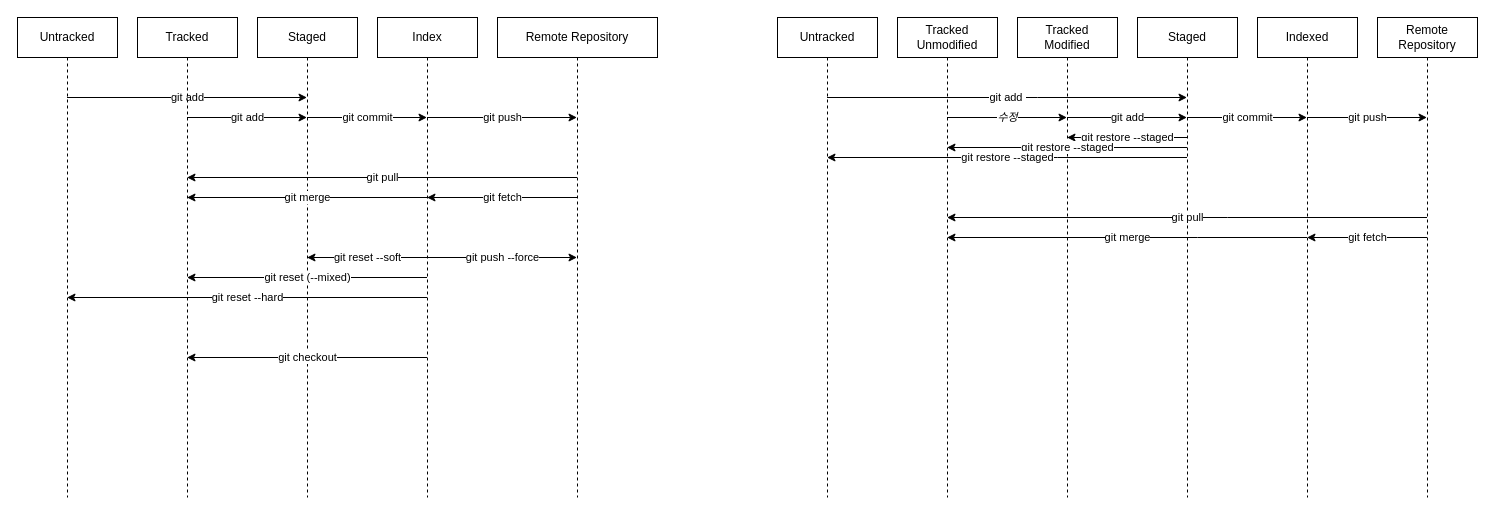
Earlier version of the draw.io diagram 2023010701/名称未設定ファイル.drawio (junhg0211/practice). Source tidied: cells renumbered, new cells numbered last; positions are measured from the earlier drawing's top-left corner, leaving out a move shared by most shapes. Both pictures are drawn from the tidied source at 100%, with x=0, y=0 at pixel (17, 17).
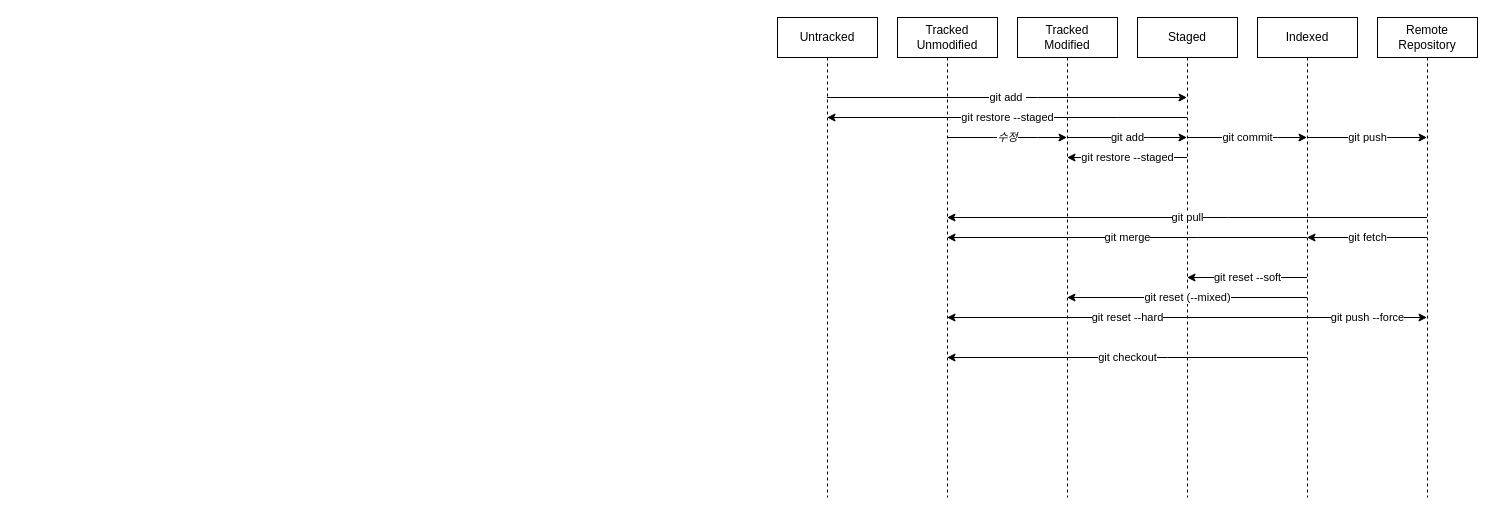
After the change.

Commit message:
名称未設定ファイル.drawio を更新します

Unchanged cells that the change refers to:
```xml
<mxCell id="20" value="Untracked" style="shape=umlLifeline;perimeter=lifelinePerimeter;whiteSpace=wrap;html=1;outlineConnect=0;" parent="1" vertex="1">
  <mxGeometry x="760" width="100" height="480" as="geometry" />
</mxCell>
<mxCell id="21" value="Tracked&lt;br&gt;Unmodified" style="shape=umlLifeline;perimeter=lifelinePerimeter;whiteSpace=wrap;html=1;outlineConnect=0;" parent="1" vertex="1">
  <mxGeometry x="880" width="100" height="480" as="geometry" />
</mxCell>
<mxCell id="22" value="Tracked&lt;br&gt;Modified" style="shape=umlLifeline;perimeter=lifelinePerimeter;whiteSpace=wrap;html=1;outlineConnect=0;" parent="1" vertex="1">
  <mxGeometry x="1000" width="100" height="480" as="geometry" />
</mxCell>
<mxCell id="23" value="Staged" style="shape=umlLifeline;perimeter=lifelinePerimeter;whiteSpace=wrap;html=1;outlineConnect=0;" parent="1" vertex="1">
  <mxGeometry x="1120" width="100" height="480" as="geometry" />
</mxCell>
<mxCell id="24" value="Indexed" style="shape=umlLifeline;perimeter=lifelinePerimeter;whiteSpace=wrap;html=1;outlineConnect=0;" parent="1" vertex="1">
  <mxGeometry x="1240" width="100" height="480" as="geometry" />
</mxCell>
<mxCell id="25" value="Remote Repository" style="shape=umlLifeline;perimeter=lifelinePerimeter;whiteSpace=wrap;html=1;outlineConnect=0;" parent="1" vertex="1">
  <mxGeometry x="1360" width="100" height="480" as="geometry" />
</mxCell>
```

Diff of the diagram source:
```diff
@@
-    <mxCell id="2" value="git add" style="edgeStyle=orthogonalEdgeStyle;rounded=0;jettySize=auto;html=1;" parent="1" edge="1" source="3" target="7">
-      <mxGeometry relative="1" as="geometry">
-        <Array as="points">
-          <mxPoint x="170" y="80" />
-          <mxPoint x="170" y="80" />
-        </Array>
-      </mxGeometry>
-    </mxCell>
-    <mxCell id="3" value="Untracked" style="shape=umlLifeline;perimeter=lifelinePerimeter;whiteSpace=wrap;html=1;outlineConnect=0;" parent="1" vertex="1">
-      <mxGeometry width="100" height="480" as="geometry" />
-    </mxCell>
-    <mxCell id="4" value="git add" style="edgeStyle=orthogonalEdgeStyle;rounded=0;jettySize=auto;html=1;" parent="1" edge="1" source="5" target="7">
-      <mxGeometry relative="1" as="geometry">
-        <Array as="points">
-          <mxPoint x="230" y="100" />
-          <mxPoint x="230" y="100" />
-        </Array>
-      </mxGeometry>
-    </mxCell>
-    <mxCell id="5" value="Tracked" style="shape=umlLifeline;perimeter=lifelinePerimeter;whiteSpace=wrap;html=1;outlineConnect=0;" parent="1" vertex="1">
-      <mxGeometry x="120" width="100" height="480" as="geometry" />
-    </mxCell>
-    <mxCell id="6" value="git commit" style="edgeStyle=orthogonalEdgeStyle;rounded=0;jettySize=auto;html=1;" parent="1" edge="1" source="7" target="15">
-      <mxGeometry relative="1" as="geometry">
-        <Array as="points">
-          <mxPoint x="350" y="100" />
-          <mxPoint x="350" y="100" />
-        </Array>
-      </mxGeometry>
-    </mxCell>
-    <mxCell id="7" value="Staged" style="shape=umlLifeline;perimeter=lifelinePerimeter;whiteSpace=wrap;html=1;outlineConnect=0;" parent="1" vertex="1">
-      <mxGeometry x="240" width="100" height="480" as="geometry" />
-    </mxCell>
-    <mxCell id="8" value="git push" style="edgeStyle=orthogonalEdgeStyle;rounded=0;jettySize=auto;html=1;" parent="1" edge="1" source="15" target="18">
-      <mxGeometry relative="1" as="geometry">
-        <Array as="points">
-          <mxPoint x="470" y="100" />
-          <mxPoint x="470" y="100" />
-        </Array>
-      </mxGeometry>
-    </mxCell>
-    <mxCell id="9" value="git merge" style="edgeStyle=orthogonalEdgeStyle;rounded=0;jettySize=auto;html=1;" parent="1" edge="1" source="15" target="5">
-      <mxGeometry relative="1" as="geometry">
-        <Array as="points">
-          <mxPoint x="290" y="180" />
-          <mxPoint x="290" y="180" />
-        </Array>
-      </mxGeometry>
-    </mxCell>
-    <mxCell id="10" value="git reset --soft" style="edgeStyle=orthogonalEdgeStyle;rounded=0;jettySize=auto;html=1;" parent="1" edge="1" source="15" target="7">
-      <mxGeometry relative="1" as="geometry">
-        <Array as="points">
-          <mxPoint x="360" y="220" />
-          <mxPoint x="360" y="220" />
-        </Array>
-      </mxGeometry>
-    </mxCell>
-    <mxCell id="11" value="git reset (--mixed)" style="edgeStyle=orthogonalEdgeStyle;rounded=0;jettySize=auto;html=1;" parent="1" edge="1" source="15" target="5">
-      <mxGeometry relative="1" as="geometry">
-        <Array as="points">
-          <mxPoint x="290" y="260" />
-          <mxPoint x="290" y="260" />
-        </Array>
-      </mxGeometry>
-    </mxCell>
-    <mxCell id="12" value="git checkout" style="edgeStyle=orthogonalEdgeStyle;rounded=0;jettySize=auto;html=1;" parent="1" edge="1" source="15" target="5">
-      <mxGeometry relative="1" as="geometry">
-        <Array as="points">
-          <mxPoint x="290" y="340" />
-          <mxPoint x="290" y="340" />
-        </Array>
-      </mxGeometry>
-    </mxCell>
-    <mxCell id="13" value="git push --force" style="edgeStyle=orthogonalEdgeStyle;rounded=0;jettySize=auto;html=1;" parent="1" edge="1" source="15" target="18">
-      <mxGeometry relative="1" as="geometry">
-        <Array as="points">
-          <mxPoint x="480" y="350" />
-          <mxPoint x="480" y="350" />
-        </Array>
-      </mxGeometry>
-    </mxCell>
-    <mxCell id="14" value="git reset --hard" style="edgeStyle=orthogonalEdgeStyle;rounded=0;jettySize=auto;html=1;" parent="1" edge="1" source="15" target="3">
-      <mxGeometry relative="1" as="geometry">
-        <Array as="points">
-          <mxPoint x="230" y="280" />
-          <mxPoint x="230" y="280" />
-        </Array>
-      </mxGeometry>
-    </mxCell>
-    <mxCell id="15" value="Index" style="shape=umlLifeline;perimeter=lifelinePerimeter;whiteSpace=wrap;html=1;outlineConnect=0;" parent="1" vertex="1">
-      <mxGeometry x="360" width="100" height="480" as="geometry" />
-    </mxCell>
-    <mxCell id="16" value="git fetch" style="edgeStyle=orthogonalEdgeStyle;rounded=0;jettySize=auto;html=1;" parent="1" edge="1" source="18" target="15">
-      <mxGeometry relative="1" as="geometry">
-        <Array as="points">
-          <mxPoint x="470" y="180" />
-          <mxPoint x="470" y="180" />
-        </Array>
-      </mxGeometry>
-    </mxCell>
-    <mxCell id="17" value="git pull" style="edgeStyle=orthogonalEdgeStyle;rounded=0;jettySize=auto;html=1;" parent="1" edge="1" source="18" target="5">
-      <mxGeometry relative="1" as="geometry">
-        <Array as="points">
-          <mxPoint x="360" y="160" />
-          <mxPoint x="360" y="160" />
-        </Array>
-      </mxGeometry>
-    </mxCell>
-    <mxCell id="18" value="Remote Repository" style="shape=umlLifeline;perimeter=lifelinePerimeter;whiteSpace=wrap;html=1;outlineConnect=0;" parent="1" vertex="1">
-      <mxGeometry x="480" width="160" height="480" as="geometry" />
-    </mxCell>
@@
     <mxCell id="26" value="&lt;i&gt;수정&lt;/i&gt;" style="endArrow=classic;html=1;rounded=0;" parent="1" edge="1" source="21" target="22">
       <mxGeometry relative="1" as="geometry">
         <Array as="points">
-          <mxPoint x="1000" y="100" />
+          <mxPoint x="1020" y="120" />
         </Array>
       </mxGeometry>
     </mxCell>
     <mxCell id="27" value="git add" style="endArrow=classic;html=1;rounded=0;" parent="1" edge="1" source="22" target="23">
       <mxGeometry relative="1" as="geometry">
         <Array as="points">
-          <mxPoint x="1120" y="100" />
+          <mxPoint x="1130" y="120" />
         </Array>
       </mxGeometry>
     </mxCell>
     <mxCell id="28" value="git commit" style="endArrow=classic;html=1;rounded=0;" parent="1" edge="1" source="23" target="24">
       <mxGeometry relative="1" as="geometry">
         <Array as="points">
-          <mxPoint x="1240" y="100" />
+          <mxPoint x="1260" y="120" />
         </Array>
       </mxGeometry>
     </mxCell>
     <mxCell id="29" value="git push" style="endArrow=classic;html=1;rounded=0;" parent="1" edge="1" source="24" target="25">
       <mxGeometry relative="1" as="geometry">
         <Array as="points">
-          <mxPoint x="1360" y="100" />
+          <mxPoint x="1370" y="120" />
         </Array>
       </mxGeometry>
     </mxCell>
@@
     <mxCell id="33" value="git restore --staged" style="endArrow=classic;html=1;rounded=0;" parent="1" edge="1" source="23" target="22">
       <mxGeometry relative="1" as="geometry">
         <Array as="points">
-          <mxPoint x="1120" y="120" />
+          <mxPoint x="1120" y="140" />
         </Array>
       </mxGeometry>
     </mxCell>
-    <mxCell id="34" value="git restore --staged" style="endArrow=classic;html=1;rounded=0;" parent="1" edge="1" source="23" target="21">
-      <mxGeometry relative="1" as="geometry">
-        <Array as="points">
-          <mxPoint x="1030" y="130" />
-        </Array>
-      </mxGeometry>
-    </mxCell>
     <mxCell id="35" value="git restore --staged" style="endArrow=classic;html=1;rounded=0;" parent="1" edge="1" source="23" target="20">
       <mxGeometry relative="1" as="geometry">
         <Array as="points">
-          <mxPoint x="1040" y="140" />
+          <mxPoint x="1100" y="100" />
         </Array>
       </mxGeometry>
     </mxCell>
+    <mxCell id="10" value="git reset --soft" style="endArrow=classic;html=1;rounded=0;" parent="1" edge="1" source="24" target="23">
+      <mxGeometry relative="1" as="geometry">
+        <Array as="points">
+          <mxPoint x="1250" y="260" />
+        </Array>
+      </mxGeometry>
+    </mxCell>
+    <mxCell id="11" value="git reset (--mixed)" style="endArrow=classic;html=1;rounded=0;" parent="1" edge="1" source="24" target="22">
+      <mxGeometry relative="1" as="geometry">
+        <Array as="points">
+          <mxPoint x="1180" y="280" />
+        </Array>
+      </mxGeometry>
+    </mxCell>
+    <mxCell id="14" value="git reset --hard" style="endArrow=classic;html=1;rounded=0;" parent="1" edge="1" source="24" target="21">
+      <mxGeometry relative="1" as="geometry">
+        <Array as="points">
+          <mxPoint x="1120" y="300" />
+        </Array>
+      </mxGeometry>
+    </mxCell>
+    <mxCell id="13" value="git push --force" style="endArrow=classic;html=1;rounded=0;" parent="1" edge="1" source="24" target="25">
+      <mxGeometry relative="1" as="geometry">
+        <Array as="points">
+          <mxPoint x="1350" y="300" />
+        </Array>
+      </mxGeometry>
+    </mxCell>
+    <mxCell id="12" value="git checkout" style="endArrow=classic;html=1;rounded=0;" parent="1" edge="1" source="24" target="21">
+      <mxGeometry relative="1" as="geometry">
+        <Array as="points">
+          <mxPoint x="1150" y="340" />
+        </Array>
+      </mxGeometry>
+    </mxCell>
```
